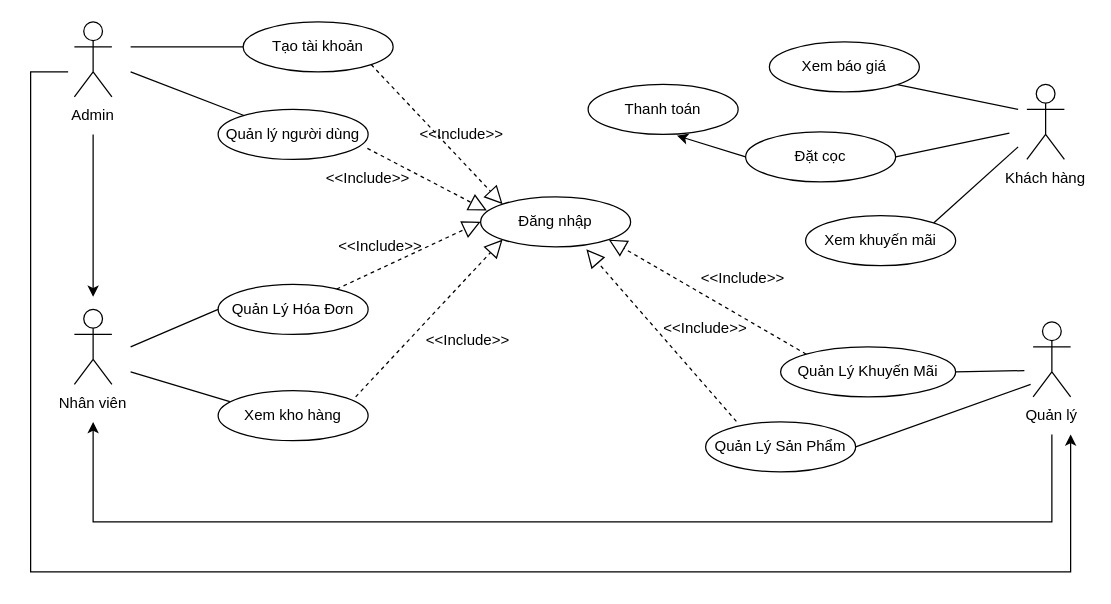
The draw.io diagram Biểu đồ không có tiêu đề.drawio in ChauCongTu/thiet-ke-linh-tinh, before the edit. Source tidied: cells renumbered, new cells numbered last; positions are measured from the earlier drawing's top-left corner, leaving out a move shared by most shapes. Both pictures are drawn from the tidied source at 125%, with x=0, y=0 at pixel (30, 21).
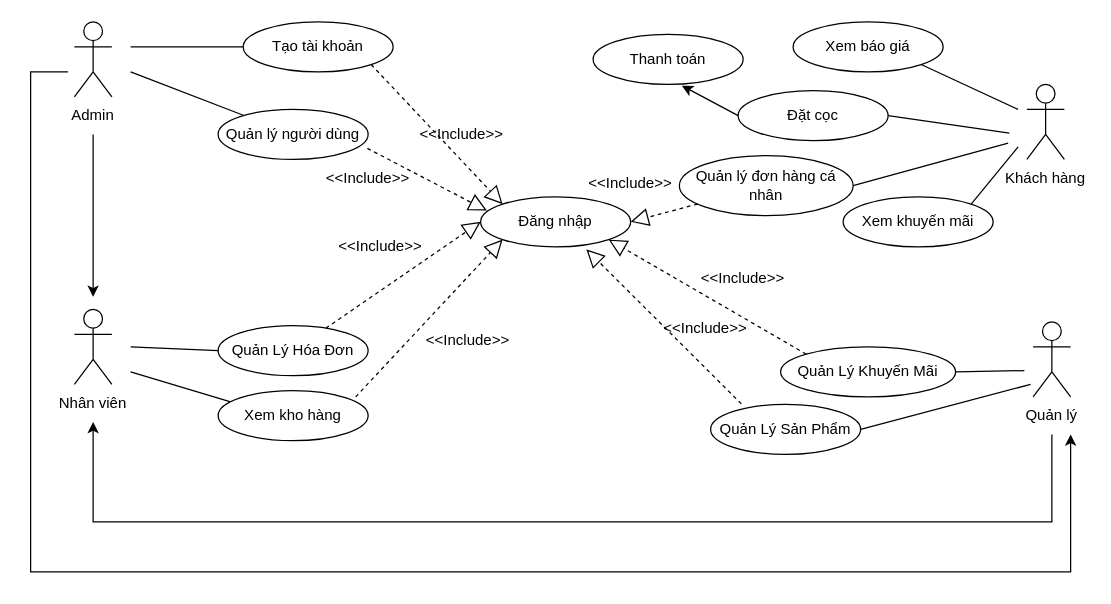
After the change.

Commit message:
Cập nhật Biểu đồ không có tiêu đề.drawio

The change refers to these unchanged cells:
```xml
<mxCell id="10" value="Đăng nhập" style="ellipse;whiteSpace=wrap;html=1;" parent="1" vertex="1">
  <mxGeometry x="360" y="140" width="120" height="40" as="geometry" />
</mxCell>
```

Diff of the diagram source:
```diff
@@
     <mxCell id="13" value="Quản Lý Sản Phẩm" style="ellipse;whiteSpace=wrap;html=1;" parent="1" vertex="1">
-      <mxGeometry x="540" y="320" width="120" height="40" as="geometry" />
+      <mxGeometry x="544" y="306" width="120" height="40" as="geometry" />
     </mxCell>
     <mxCell id="14" value="Quản Lý Hóa Đơn" style="ellipse;whiteSpace=wrap;html=1;" parent="1" vertex="1">
-      <mxGeometry x="150" y="210" width="120" height="40" as="geometry" />
+      <mxGeometry x="150" y="243" width="120" height="40" as="geometry" />
     </mxCell>
@@
     <mxCell id="16" value="Xem khuyến mãi" style="ellipse;whiteSpace=wrap;html=1;" parent="1" vertex="1">
-      <mxGeometry x="620" y="155" width="120" height="40" as="geometry" />
+      <mxGeometry x="650" y="140" width="120" height="40" as="geometry" />
     </mxCell>
     <mxCell id="17" value="Đặt cọc" style="ellipse;whiteSpace=wrap;html=1;" parent="1" vertex="1">
-      <mxGeometry x="572" y="88" width="120" height="40" as="geometry" />
+      <mxGeometry x="566" y="55" width="120" height="40" as="geometry" />
     </mxCell>
@@
     <mxCell id="32" value="Xem báo giá" style="ellipse;whiteSpace=wrap;html=1;" parent="1" vertex="1">
-      <mxGeometry x="591" y="16" width="120" height="40" as="geometry" />
+      <mxGeometry x="610" width="120" height="40" as="geometry" />
     </mxCell>
@@
     <mxCell id="44" value="Thanh toán" style="ellipse;whiteSpace=wrap;html=1;" parent="1" vertex="1">
-      <mxGeometry x="446" y="50" width="120" height="40" as="geometry" />
+      <mxGeometry x="450" y="10" width="120" height="40" as="geometry" />
     </mxCell>
@@
+    <mxCell id="46" value="Quản lý đơn hàng cá nhân" style="ellipse;whiteSpace=wrap;html=1;" parent="1" vertex="1">
+      <mxGeometry x="519" y="107" width="139" height="48" as="geometry" />
+    </mxCell>
+    <mxCell id="47" style="endArrow=none;html=1;rounded=0;exitX=1;exitY=0.5;exitDx=0;exitDy=0;" parent="1" edge="1" source="46">
+      <mxGeometry relative="1" as="geometry">
+        <mxPoint x="782" y="97" as="targetPoint" />
+      </mxGeometry>
+    </mxCell>
+    <mxCell id="48" style="endArrow=block;dashed=1;endFill=0;endSize=12;html=1;rounded=0;entryX=1;entryY=0.5;entryDx=0;entryDy=0;" parent="1" edge="1" source="46" target="10">
+      <mxGeometry relative="1" as="geometry" />
+    </mxCell>
+    <mxCell id="49" value="&amp;lt;&amp;lt;Include&amp;gt;&amp;gt;" style="text;html=1;strokeColor=none;fillColor=none;align=center;verticalAlign=middle;whiteSpace=wrap;rounded=0;" parent="1" vertex="1">
+      <mxGeometry x="450" y="114" width="60" height="30" as="geometry" />
+    </mxCell>
```
